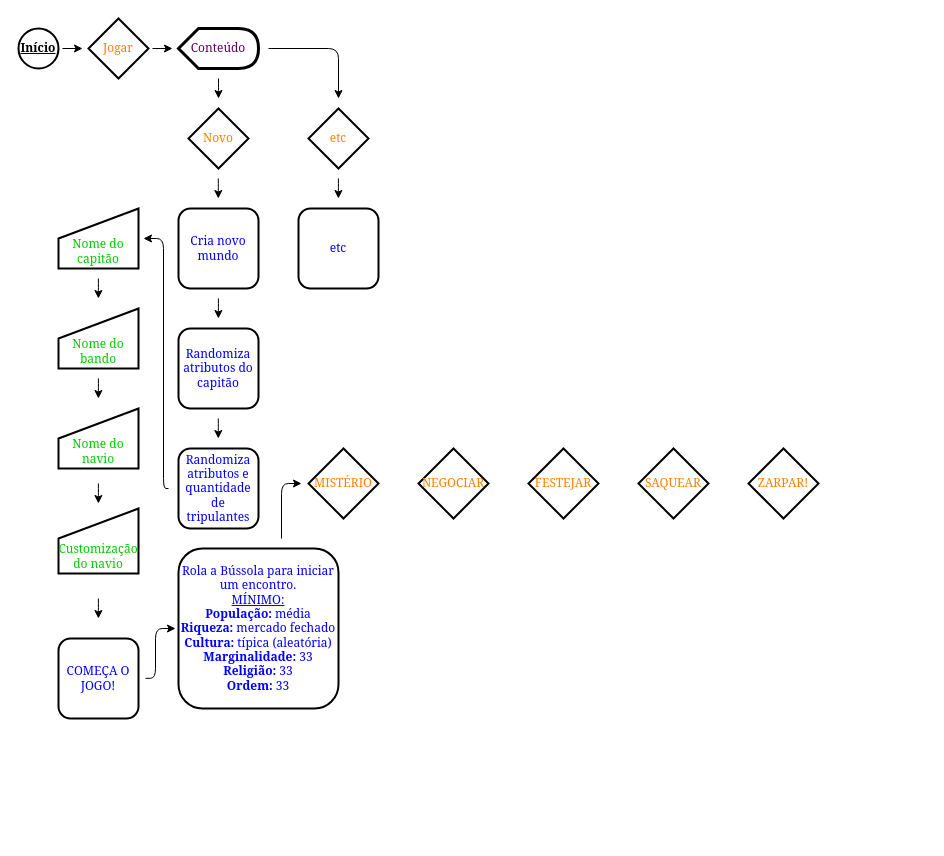
Above: teste.drawio in ErosBenkert/LOPR (draw.io), before the change. Source tidied: cells renumbered, new cells numbered last; positions are measured from the earlier drawing's top-left corner, leaving out a move shared by most shapes. Both pictures are drawn from the tidied source at 100%, with x=0, y=0 at pixel (18, 18).
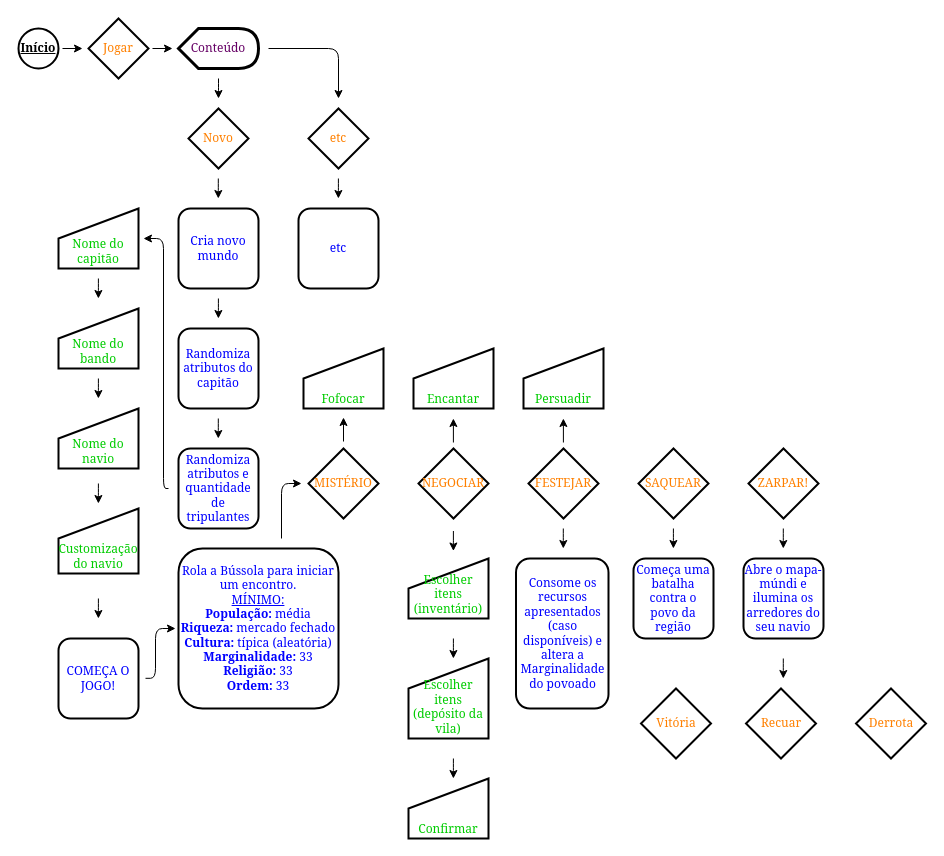
Above is the later version.

What changed in the source:
```diff
@@
+    <mxCell id="37" style="edgeStyle=orthogonalEdgeStyle;rounded=1;orthogonalLoop=1;jettySize=auto;html=1;" parent="1" edge="1">
+      <mxGeometry relative="1" as="geometry">
+        <mxPoint x="325" y="423" as="sourcePoint" />
+        <mxPoint x="325" y="399" as="targetPoint" />
+      </mxGeometry>
+    </mxCell>
@@
+    <mxCell id="38" value="Fofocar" style="shape=manualInput;whiteSpace=wrap;html=1;strokeWidth=2;fontFamily=Georgia;fontColor=#00CC00;verticalAlign=bottom;" parent="1" vertex="1">
+      <mxGeometry x="285" y="330" width="80" height="60" as="geometry" />
+    </mxCell>
+    <mxCell id="39" value="Encantar" style="shape=manualInput;whiteSpace=wrap;html=1;strokeWidth=2;fontFamily=Georgia;fontColor=#00CC00;verticalAlign=bottom;" parent="1" vertex="1">
+      <mxGeometry x="395" y="330" width="80" height="60" as="geometry" />
+    </mxCell>
+    <mxCell id="40" value="Persuadir" style="shape=manualInput;whiteSpace=wrap;html=1;strokeWidth=2;fontFamily=Georgia;fontColor=#00CC00;verticalAlign=bottom;" parent="1" vertex="1">
+      <mxGeometry x="505" y="330" width="80" height="60" as="geometry" />
+    </mxCell>
+    <mxCell id="41" value="Escolher itens (inventário)" style="shape=manualInput;whiteSpace=wrap;html=1;strokeWidth=2;fontFamily=Georgia;fontColor=#00CC00;verticalAlign=bottom;" parent="1" vertex="1">
+      <mxGeometry x="390" y="540" width="80" height="60" as="geometry" />
+    </mxCell>
+    <mxCell id="42" value="Escolher itens (depósito da vila)" style="shape=manualInput;whiteSpace=wrap;html=1;strokeWidth=2;fontFamily=Georgia;fontColor=#00CC00;verticalAlign=bottom;" parent="1" vertex="1">
+      <mxGeometry x="390" y="640" width="80" height="80" as="geometry" />
+    </mxCell>
+    <mxCell id="43" value="Confirmar" style="shape=manualInput;whiteSpace=wrap;html=1;strokeWidth=2;fontFamily=Georgia;fontColor=#00CC00;verticalAlign=bottom;" parent="1" vertex="1">
+      <mxGeometry x="390" y="760" width="80" height="60" as="geometry" />
+    </mxCell>
+    <mxCell id="44" value="&lt;div align=&quot;center&quot;&gt;&lt;font face=&quot;Georgia&quot; color=&quot;#0000ff&quot;&gt;Consome os recursos apresentados (caso disponíveis) e altera a Marginalidade do povoado&lt;/font&gt;&lt;br&gt;&lt;/div&gt;" style="rounded=1;whiteSpace=wrap;html=1;strokeColor=#000000;strokeWidth=2;align=center;" parent="1" vertex="1">
+      <mxGeometry x="497.5" y="540" width="92.5" height="150" as="geometry" />
+    </mxCell>
+    <mxCell id="45" value="&lt;font face=&quot;Georgia&quot; color=&quot;#0000ff&quot;&gt;Começa uma batalha contra o povo da região&lt;br&gt;&lt;/font&gt;" style="rounded=1;whiteSpace=wrap;html=1;strokeColor=#000000;strokeWidth=2;" parent="1" vertex="1">
+      <mxGeometry x="615" y="540" width="80" height="80" as="geometry" />
+    </mxCell>
+    <mxCell id="46" value="&lt;font face=&quot;Georgia&quot; color=&quot;#0000ff&quot;&gt;Abre o mapa-múndi e ilumina os arredores do seu navio&lt;br&gt;&lt;/font&gt;" style="rounded=1;whiteSpace=wrap;html=1;strokeColor=#000000;strokeWidth=2;" parent="1" vertex="1">
+      <mxGeometry x="725" y="540" width="80" height="80" as="geometry" />
+    </mxCell>
+    <mxCell id="47" style="edgeStyle=orthogonalEdgeStyle;rounded=1;orthogonalLoop=1;jettySize=auto;html=1;" parent="1" edge="1">
+      <mxGeometry relative="1" as="geometry">
+        <mxPoint x="434.9" y="424" as="sourcePoint" />
+        <mxPoint x="434.9" y="400" as="targetPoint" />
+      </mxGeometry>
+    </mxCell>
+    <mxCell id="48" style="edgeStyle=orthogonalEdgeStyle;rounded=1;orthogonalLoop=1;jettySize=auto;html=1;" parent="1" edge="1">
+      <mxGeometry relative="1" as="geometry">
+        <mxPoint x="544.9" y="424" as="sourcePoint" />
+        <mxPoint x="544.9" y="400" as="targetPoint" />
+      </mxGeometry>
+    </mxCell>
+    <mxCell id="49" style="edgeStyle=orthogonalEdgeStyle;orthogonalLoop=1;jettySize=auto;html=1;rounded=1;" parent="1" edge="1">
+      <mxGeometry relative="1" as="geometry">
+        <mxPoint x="434.9" y="512.5" as="sourcePoint" />
+        <mxPoint x="434.9" y="532.5" as="targetPoint" />
+        <Array as="points">
+          <mxPoint x="434.9" y="522.5" />
+          <mxPoint x="434.9" y="522.5" />
+        </Array>
+      </mxGeometry>
+    </mxCell>
+    <mxCell id="50" style="edgeStyle=orthogonalEdgeStyle;orthogonalLoop=1;jettySize=auto;html=1;rounded=1;" parent="1" edge="1">
+      <mxGeometry relative="1" as="geometry">
+        <mxPoint x="434.9" y="620" as="sourcePoint" />
+        <mxPoint x="434.9" y="640" as="targetPoint" />
+        <Array as="points">
+          <mxPoint x="434.9" y="630" />
+          <mxPoint x="434.9" y="630" />
+        </Array>
+      </mxGeometry>
+    </mxCell>
+    <mxCell id="51" style="edgeStyle=orthogonalEdgeStyle;orthogonalLoop=1;jettySize=auto;html=1;rounded=1;" parent="1" edge="1">
+      <mxGeometry relative="1" as="geometry">
+        <mxPoint x="434.9" y="740" as="sourcePoint" />
+        <mxPoint x="434.9" y="760" as="targetPoint" />
+        <Array as="points">
+          <mxPoint x="434.9" y="750" />
+          <mxPoint x="434.9" y="750" />
+        </Array>
+      </mxGeometry>
+    </mxCell>
+    <mxCell id="52" style="edgeStyle=orthogonalEdgeStyle;orthogonalLoop=1;jettySize=auto;html=1;rounded=1;" parent="1" edge="1">
+      <mxGeometry relative="1" as="geometry">
+        <mxPoint x="544.8" y="510" as="sourcePoint" />
+        <mxPoint x="544.8" y="530" as="targetPoint" />
+        <Array as="points">
+          <mxPoint x="544.8" y="520" />
+          <mxPoint x="544.8" y="520" />
+        </Array>
+      </mxGeometry>
+    </mxCell>
+    <mxCell id="53" style="edgeStyle=orthogonalEdgeStyle;orthogonalLoop=1;jettySize=auto;html=1;rounded=1;" parent="1" edge="1">
+      <mxGeometry relative="1" as="geometry">
+        <mxPoint x="654.9" y="510" as="sourcePoint" />
+        <mxPoint x="654.9" y="530" as="targetPoint" />
+        <Array as="points">
+          <mxPoint x="654.9" y="520" />
+          <mxPoint x="654.9" y="520" />
+        </Array>
+      </mxGeometry>
+    </mxCell>
+    <mxCell id="54" style="edgeStyle=orthogonalEdgeStyle;orthogonalLoop=1;jettySize=auto;html=1;rounded=1;" parent="1" edge="1">
+      <mxGeometry relative="1" as="geometry">
+        <mxPoint x="764.8" y="510" as="sourcePoint" />
+        <mxPoint x="764.8" y="530" as="targetPoint" />
+        <Array as="points">
+          <mxPoint x="764.8" y="520" />
+          <mxPoint x="764.8" y="520" />
+        </Array>
+      </mxGeometry>
+    </mxCell>
+    <mxCell id="55" value="Recuar" style="rhombus;whiteSpace=wrap;html=1;fontFamily=Georgia;strokeColor=#000000;strokeWidth=2;fontColor=#FF8000;" parent="1" vertex="1">
+      <mxGeometry x="727.5" y="670" width="70" height="70" as="geometry" />
+    </mxCell>
+    <mxCell id="56" value="Vitória" style="rhombus;whiteSpace=wrap;html=1;fontFamily=Georgia;strokeColor=#000000;strokeWidth=2;fontColor=#FF8000;" parent="1" vertex="1">
+      <mxGeometry x="622.5" y="670" width="70" height="70" as="geometry" />
+    </mxCell>
+    <mxCell id="57" value="Derrota" style="rhombus;whiteSpace=wrap;html=1;fontFamily=Georgia;strokeColor=#000000;strokeWidth=2;fontColor=#FF8000;" parent="1" vertex="1">
+      <mxGeometry x="837.5" y="670" width="70" height="70" as="geometry" />
+    </mxCell>
+    <mxCell id="58" style="edgeStyle=orthogonalEdgeStyle;orthogonalLoop=1;jettySize=auto;html=1;rounded=1;" parent="1" edge="1">
+      <mxGeometry relative="1" as="geometry">
+        <mxPoint x="764.8" y="640" as="sourcePoint" />
+        <mxPoint x="764.8" y="660" as="targetPoint" />
+        <Array as="points">
+          <mxPoint x="764.8" y="650" />
+          <mxPoint x="764.8" y="650" />
+        </Array>
+      </mxGeometry>
+    </mxCell>
```
